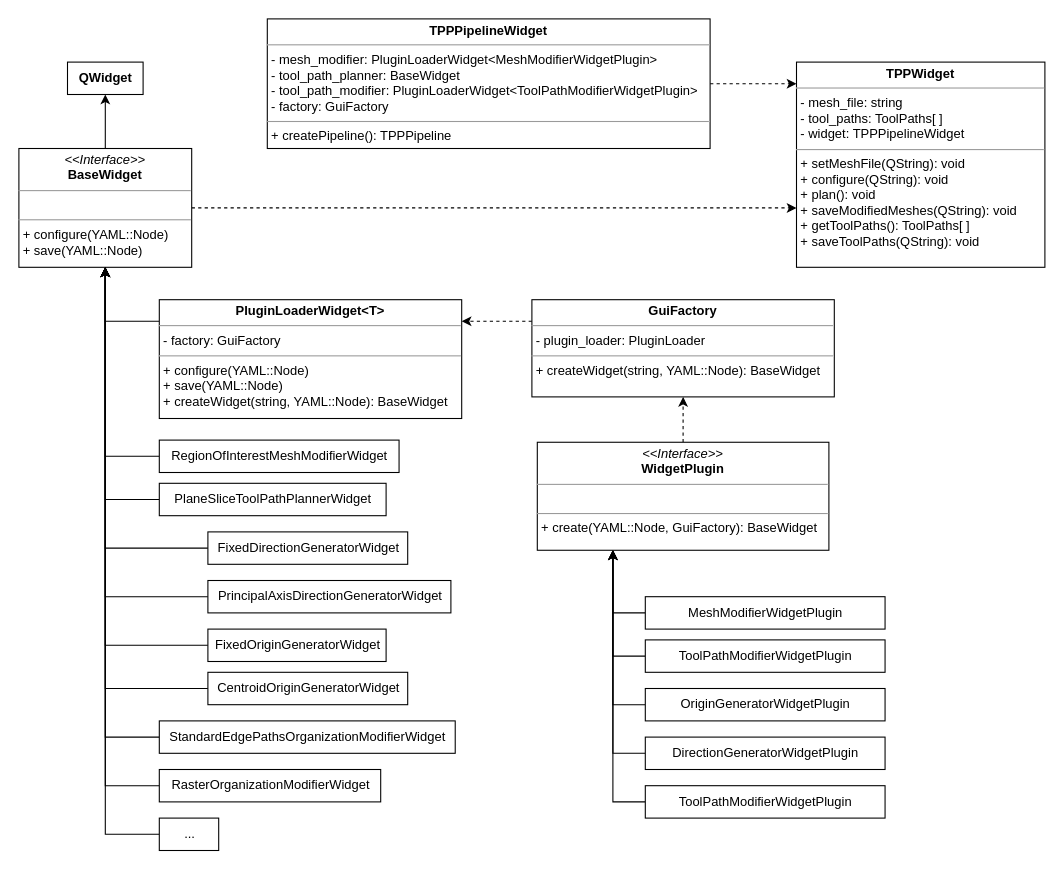
Above: docs/static/architecture_gui.drawio in ros-industrial/noether (draw.io), before the change. Source tidied: cells renumbered, new cells numbered last; positions are measured from the earlier drawing's top-left corner, leaving out a move shared by most shapes. Both pictures are drawn from the tidied source at 108%, with x=0, y=0 at pixel (18, 18).
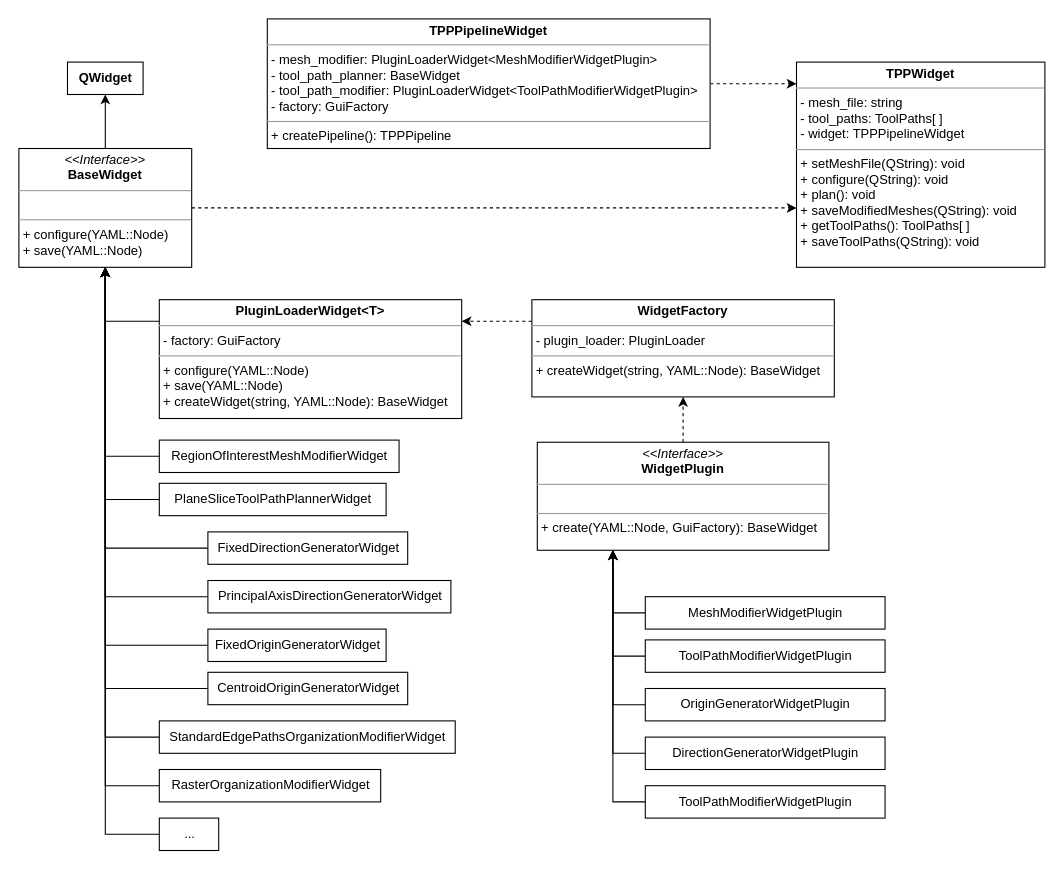
The same page after the edit.

Change to the diagram source:
```diff
@@
-    <mxCell id="35" value="&lt;p style=&quot;margin:0px;margin-top:4px;text-align:center;&quot;&gt;&lt;b&gt;GuiFactory&lt;/b&gt;&lt;/p&gt;&lt;hr size=&quot;1&quot;&gt;&lt;p style=&quot;margin:0px;margin-left:4px;&quot;&gt;- plugin_loader: PluginLoader&lt;/p&gt;&lt;hr size=&quot;1&quot;&gt;&lt;p style=&quot;margin:0px;margin-left:4px;&quot;&gt;+ createWidget(string, YAML::Node): BaseWidget&lt;/p&gt;" style="verticalAlign=top;align=left;overflow=fill;fontSize=12;fontFamily=Helvetica;html=1;" parent="1" vertex="1">
+    <mxCell id="35" value="&lt;p style=&quot;margin:0px;margin-top:4px;text-align:center;&quot;&gt;&lt;b&gt;WidgetFactory&lt;/b&gt;&lt;/p&gt;&lt;hr size=&quot;1&quot;&gt;&lt;p style=&quot;margin:0px;margin-left:4px;&quot;&gt;- plugin_loader: PluginLoader&lt;/p&gt;&lt;hr size=&quot;1&quot;&gt;&lt;p style=&quot;margin:0px;margin-left:4px;&quot;&gt;+ createWidget(string, YAML::Node): BaseWidget&lt;/p&gt;" style="verticalAlign=top;align=left;overflow=fill;fontSize=12;fontFamily=Helvetica;html=1;" parent="1" vertex="1">
       <mxGeometry x="475" y="260" width="280" height="90" as="geometry" />
     </mxCell>
```
